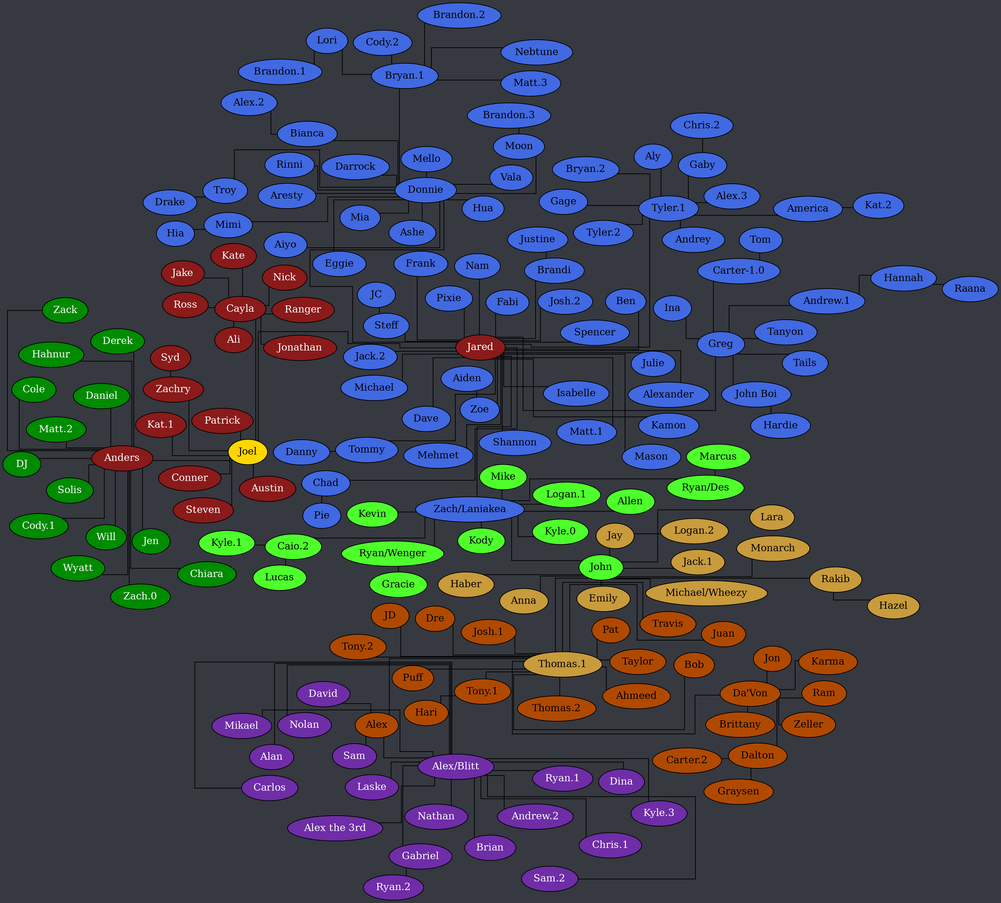
The Graphviz diagram tree.png in Documidas/CoronaCatzFamilyTree, before a commit. Its source is kept beside it as tree.dot. The source it was exported from:
```dot
strict graph {
	layout = neato;
	dpi = 200;
	epsilon = 0.01;
	mode = major;
	model = subset;
	overlap = false;
	splines = ortho;
	start = rand;

	graph [ truecolor=true bgcolor="#36393f" ];
	node [ style=filled fillcolor="gray" fontcolor="black" ];

	subgraph "Joel" {
		node [ style=filled fillcolor="firebrick4" fontcolor="white" ];
		Joel [ style=filled fillcolor="gold" fontcolor="black" ];

		Cayla -- Ali;
		Cayla -- Jake;
		Cayla -- Jonathan;
		Cayla -- Kate;
		Cayla -- Nick;
		Cayla -- Ranger;
		Cayla -- Ross;
		Joel -- Anders;
		Joel -- Austin;
		Joel -- Cayla;
		Joel -- Conner;
		Joel -- Jared;
		Joel -- "Kat.1";
		Joel -- Patrick;
		Joel -- Steven;
		Joel -- Zachry;
		Zachry -- Syd;
	}

	subgraph "Anders" {
		node [ style=filled fillcolor="green4" fontcolor="white" ];

		Anders -- Chiara;
		Anders -- "Cody.1";
		Anders -- Cole;
		Anders -- Daniel;
		Anders -- Derek;
		Anders -- DJ;
		Anders -- Hahnur;
		Anders -- Jen;
		Anders -- "Matt.2";
		Anders -- Solis;
		Anders -- Will;
		Anders -- Wyatt;
		Anders -- "Zach.0";
		Anders -- Zack;
	}

	subgraph "Jared" {
		node [ style=filled fillcolor="royalblue" fontcolor="black" ];

		"Andrew.1" -- Hannah;
		America -- "Kat.2";
		Bianca -- "Alex.2";
		Brandi -- Justine;
		"Bryan.1" -- "Brandon.2";
		"Bryan.1" -- "Cody.2";
		"Bryan.1" -- Lori;
		"Bryan.1" -- "Matt.3";
		"Bryan.1" -- Nebtune;
		"Carter-1.0" -- Tom;
		Chad -- Pie;
		Donnie -- Aiyo;
		Donnie -- Aresty;
		Donnie -- Ashe;
		Donnie -- Bianca;
		Donnie -- "Bryan.1";
		Donnie -- Darrock;
		Donnie -- Eggie;
		Donnie -- Hua;
		Donnie -- Mello;
		Donnie -- Mia;
		Donnie -- Mimi;
		Donnie -- Moon;
		Donnie -- Rinni;
		Donnie -- Troy;
		Donnie -- Vala;
		Gaby -- "Chris.2";
		Greg -- "Andrew.1";
		Greg -- "Carter-1.0";
		Greg -- Ina;
		Greg -- "John Boi";
		Greg -- Tails;
		Greg -- Tanyon;
		Hannah -- Raana;
		Lori -- "Brandon.1";
		Jared -- Alexander;
		Jared -- Ben;
		Jared -- Brandi;
		Jared -- Chad;
		Jared -- Dave;
		Jared -- Donnie;
		Jared -- Fabi;
		Jared -- Frank;
		Jared -- Greg;
		Jared -- Isabelle;
		Jared -- "Jack.2";
		Jared -- "Josh.2";
		Jared -- Julie;
		Jared -- Kamon;
		Jared -- Mason;
		Jared -- "Matt.1";
		Jared -- Mehmet;
		Jared -- Michael;
		Jared -- Nam;
		Jared -- Pixie;
		Jared -- Shannon;
		Jared -- Spencer;
		Jared -- Steff;
		Jared -- Tommy;
		Jared -- "Tyler.1";
		Jared -- "Zach/Laniakea";
		Jared -- Zoe;
		"John Boi" -- Hardie;
		Mimi -- Hia;
		Moon -- "Brandon.3";
		Steff -- JC;
		Tommy -- Danny;
		Troy -- Drake;
		"Tyler.1" -- Aly;
		"Tyler.1" -- "Alex.3";
		"Tyler.1" -- America;
		"Tyler.1" -- Andrey;
		"Tyler.1" -- "Bryan.2";
		"Tyler.1" -- Gaby;
		"Tyler.1" -- Gage;
		"Tyler.1" -- "Tyler.2";
		Zoe -- Aiden;
	}

	subgraph "Zach/Laniakea" {
		node [ style=filled fillcolor="#4eff2c" fontcolor="black" ];

		"Caio.2" -- "Kyle.1";
		"Caio.2" -- Lucas;
		"Ryan/Des" -- Marcus;
		"Ryan/Wenger" -- Gracie;
		"Zach/Laniakea" -- Allen;
		"Zach/Laniakea" -- "Caio.2";
		"Zach/Laniakea" -- John;
		"Zach/Laniakea" -- "Logan.1";
		"Zach/Laniakea" -- Kevin;
		"Zach/Laniakea" -- Kody;
		"Zach/Laniakea" -- "Kyle.0";
		"Zach/Laniakea" -- Mike;
		"Zach/Laniakea" -- "Ryan/Des";
		"Zach/Laniakea" -- "Ryan/Wenger";
	}

	subgraph "John" {
		node [ style=filled fillcolor="#c89b3c" fontcolor="black" ];

		Jay -- "Logan.2";
		John -- Anna;
		John -- Emily;
		John -- Haber;
		John -- Jay;
		John -- "Jack.1";
		John -- Lara;
		John -- Monarch;
		John -- Rakib;
		John -- "Thomas.1";
		Rakib -- Hazel;
	}

	subgraph "John-stream" {
		node [ style=filled fillcolor="#c89b3c" fontcolor="black" ];

		John -- "Michael/Wheezy";
	}

	subgraph "Thomas.1" {
		node [ style=filled fillcolor="#b04900" fontcolor="black" ];

		"Da'Von" -- Brittany;
		"Da'Von" -- Dalton;
		"Da'Von" -- Jon;
		"Da'Von" -- Karma;
		"Da'Von" -- Ram;
		"Da'Von" -- Zeller;
		Dalton -- "Carter.2";
		Dalton -- Graysen;
		"Thomas.1" -- Ahmeed;
		"Thomas.1" -- Alex;
		"Thomas.1" -- Bob;
		"Thomas.1" -- "Da'Von";
		"Thomas.1" -- Dre;
		"Thomas.1" -- JD;
		"Thomas.1" -- "Josh.1";
		"Thomas.1" -- Juan;
		"Thomas.1" -- Pat;
		"Thomas.1" -- Puff;
		"Thomas.1" -- Taylor;
		"Thomas.1" -- "Thomas.2";
		"Thomas.1" -- "Tony.1";
		"Thomas.1" -- "Tony.2";
		"Thomas.1" -- Travis;
		"Tony.1" -- Hari;
	}

	subgraph "Alex" {
		node [ style=filled fillcolor="#6f2da8" fontcolor="white" ];

		Alex -- "Alex/Blitt";
		Alex -- David;
		Alex -- Sam;
		"Alex/Blitt" -- Alan;
		"Alex/Blitt" -- "Alex the 3rd";
		"Alex/Blitt" -- "Andrew.2";
		"Alex/Blitt" -- Brian;
		"Alex/Blitt" -- Carlos;
		"Alex/Blitt" -- "Chris.1";
		"Alex/Blitt" -- Dina;
		"Alex/Blitt" -- Gabriel;
		"Alex/Blitt" -- "Kyle.3";
		"Alex/Blitt" -- Laske;
		"Alex/Blitt" -- Mikael;
		"Alex/Blitt" -- Nathan;
		"Alex/Blitt" -- Nolan;
		"Alex/Blitt" -- "Ryan.1";
		"Alex/Blitt" -- "Sam.2";
		Gabriel -- "Ryan.2";
	}
}
```
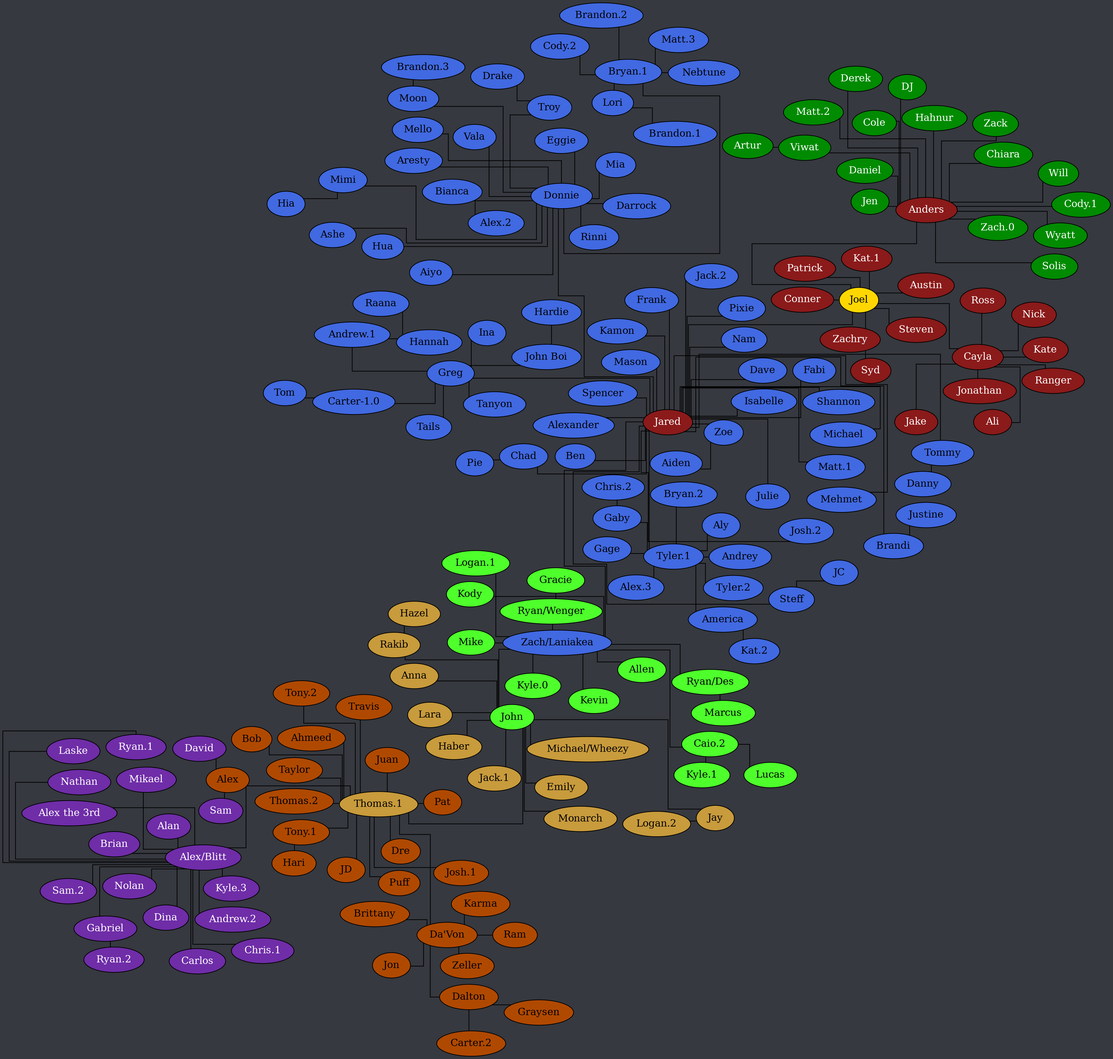
The same diagram one commit later.

Commit message:
Add Viwat, Artur

The edit, as a diff of the source:
```diff
@@ -49,8 +49,10 @@
 		Anders -- Solis;
 		Anders -- Will;
 		Anders -- Wyatt;
+		Anders -- Viwat;
 		Anders -- "Zach.0";
 		Anders -- Zack;
+		Viwat -- Artur;
 	}
 
 	subgraph "Jared" {
```
